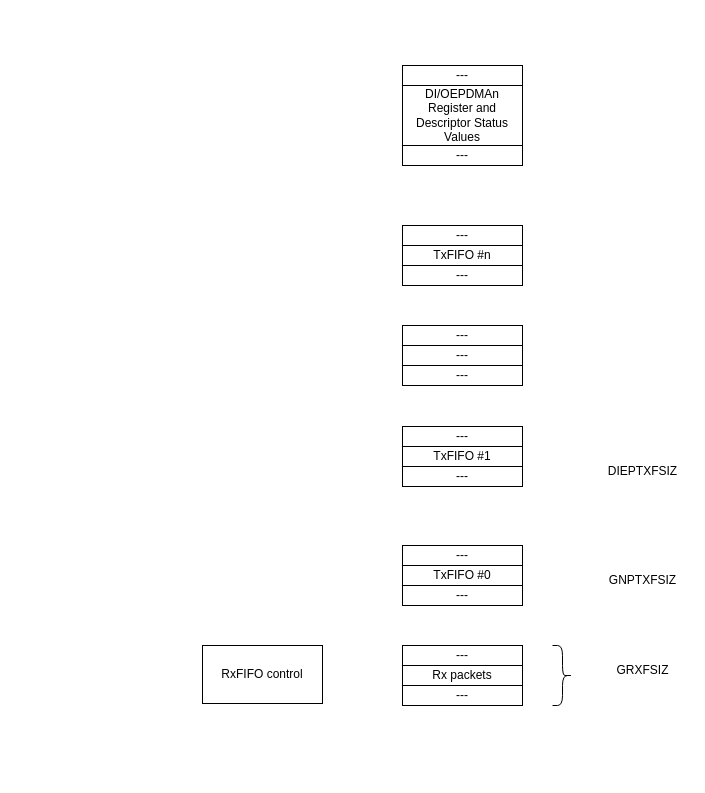
This is page "第 12 页" (12 of 12) of USB 控制器与 phy.drawio from Vinson-001/Blog-flow-chart, a draw.io file, before an edit. Source tidied: cells renumbered, new cells numbered last; positions are measured from the earlier drawing's top-left corner, leaving out a move shared by most shapes. Both pictures are drawn from the tidied source at 100%, with x=0, y=0 at pixel (202, 65).
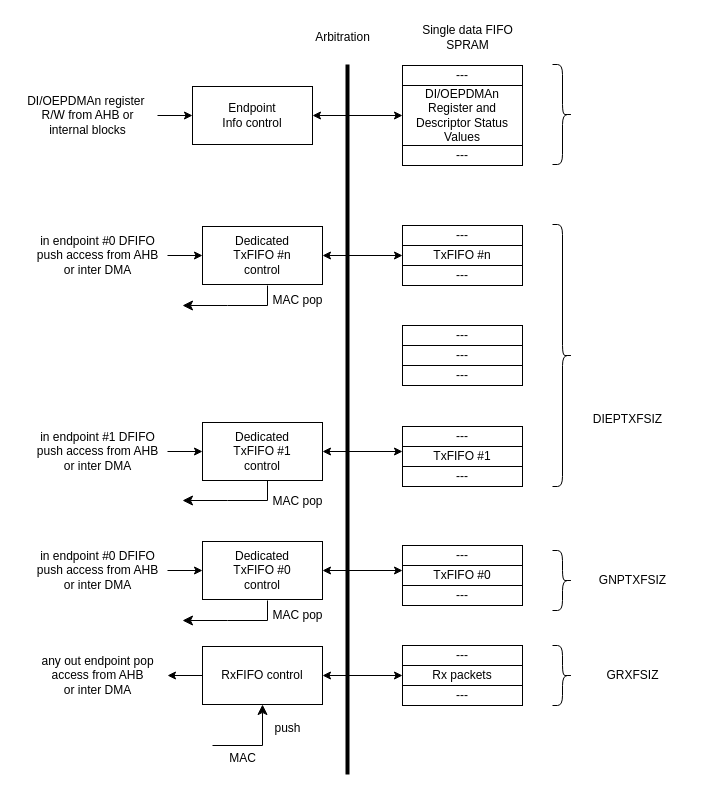
The same page after the edit.

Commit message (it also covers changes not shown here):
更新USB 控制器与 phy.drawio

The change refers to these unchanged cells:
```xml
<mxCell id="3" value="TxFIFO #n" style="rounded=0;whiteSpace=wrap;html=1;" parent="1" vertex="1">
  <mxGeometry x="200" y="180" width="120" height="20" as="geometry" />
</mxCell>
<mxCell id="9" value="DI/OEPDMAn Register and Descriptor Status Values" style="rounded=0;whiteSpace=wrap;html=1;" parent="1" vertex="1">
  <mxGeometry x="200" y="20" width="120" height="60" as="geometry" />
</mxCell>
<mxCell id="13" value="Rx packets" style="rounded=0;whiteSpace=wrap;html=1;" parent="12" vertex="1">
  <mxGeometry y="20" width="120" height="20" as="geometry" />
</mxCell>
<mxCell id="17" value="TxFIFO #0" style="rounded=0;whiteSpace=wrap;html=1;" parent="16" vertex="1">
  <mxGeometry y="20" width="120" height="20" as="geometry" />
</mxCell>
<mxCell id="21" value="TxFIFO #1" style="rounded=0;whiteSpace=wrap;html=1;" parent="20" vertex="1">
  <mxGeometry y="20" width="120" height="20" as="geometry" />
</mxCell>
```

The edit, as a diff of the source:
```diff
@@
+    <mxCell id="29" style="edgeStyle=orthogonalEdgeStyle;rounded=0;jettySize=auto;html=1;exitX=0;exitY=0.5;exitDx=0;exitDy=0;" parent="1" edge="1" source="2" target="35">
+      <mxGeometry relative="1" as="geometry" />
+    </mxCell>
     <mxCell id="2" value="RxFIFO control" style="rounded=0;whiteSpace=wrap;html=1;" parent="1" vertex="1">
-      <mxGeometry y="580" width="120" height="58" as="geometry" />
+      <mxGeometry y="581" width="120" height="58" as="geometry" />
     </mxCell>
+    <mxCell id="30" style="edgeStyle=orthogonalEdgeStyle;rounded=0;jettySize=auto;html=1;exitX=0;exitY=0.5;exitDx=0;exitDy=0;entryX=1;entryY=0.5;entryDx=0;entryDy=0;startArrow=classic;startFill=1;" parent="1" edge="1" source="3" target="49">
+      <mxGeometry relative="1" as="geometry" />
+    </mxCell>
@@
     <mxCell id="6" value="GRXFSIZ" style="text;html=1;align=center;verticalAlign=middle;strokeColor=none;fillColor=none;" parent="1" vertex="1">
-      <mxGeometry x="400" y="590" width="80" height="30" as="geometry" />
+      <mxGeometry x="390" y="595" width="80" height="30" as="geometry" />
     </mxCell>
     <mxCell id="7" value="GNPTXFSIZ" style="text;html=1;align=center;verticalAlign=middle;strokeColor=none;fillColor=none;" parent="1" vertex="1">
-      <mxGeometry x="395" y="500" width="90" height="30" as="geometry" />
+      <mxGeometry x="385" y="500" width="90" height="30" as="geometry" />
     </mxCell>
     <mxCell id="8" value="DIEPTXFSIZ" style="text;html=1;align=center;verticalAlign=middle;strokeColor=none;fillColor=none;" parent="1" vertex="1">
-      <mxGeometry x="395" y="391" width="90" height="30" as="geometry" />
+      <mxGeometry x="380" y="339" width="90" height="30" as="geometry" />
     </mxCell>
+    <mxCell id="31" style="edgeStyle=orthogonalEdgeStyle;rounded=0;jettySize=auto;html=1;exitX=0;exitY=0.5;exitDx=0;exitDy=0;entryX=1;entryY=0.5;entryDx=0;entryDy=0;startArrow=classic;startFill=1;" parent="1" edge="1" source="9" target="54">
+      <mxGeometry relative="1" as="geometry" />
+    </mxCell>
@@
+    <mxCell id="32" style="edgeStyle=orthogonalEdgeStyle;rounded=0;jettySize=auto;html=1;exitX=0;exitY=0.5;exitDx=0;exitDy=0;startArrow=classic;startFill=1;" parent="1" edge="1" source="13" target="2">
+      <mxGeometry relative="1" as="geometry" />
+    </mxCell>
+    <mxCell id="33" style="edgeStyle=segmentEdgeStyle;endArrow=classic;html=1;curved=0;rounded=0;endSize=8;startSize=8;" parent="1" edge="1">
+      <mxGeometry relative="1" as="geometry">
+        <mxPoint x="10" y="680" as="sourcePoint" />
+        <mxPoint x="60" y="639" as="targetPoint" />
+        <Array as="points">
+          <mxPoint x="10" y="680" />
+          <mxPoint x="60" y="680" />
+        </Array>
+      </mxGeometry>
+    </mxCell>
+    <mxCell id="34" value="push" style="text;html=1;align=center;verticalAlign=middle;strokeColor=none;fillColor=none;" parent="1" vertex="1">
+      <mxGeometry x="60" y="648" width="50" height="30" as="geometry" />
+    </mxCell>
+    <mxCell id="35" value="any out endpoint pop&lt;br&gt;access from AHB&lt;br&gt;or inter DMA" style="text;html=1;align=center;verticalAlign=middle;points=[];strokeColor=none;fillColor=none;" parent="1" vertex="1">
+      <mxGeometry x="-175" y="580" width="140" height="60" as="geometry" />
+    </mxCell>
+    <mxCell id="36" value="Dedicated&lt;br&gt;TxFIFO #0&lt;br&gt;control" style="rounded=0;whiteSpace=wrap;html=1;" parent="1" vertex="1">
+      <mxGeometry y="476" width="120" height="58" as="geometry" />
+    </mxCell>
+    <mxCell id="37" style="edgeStyle=orthogonalEdgeStyle;rounded=0;jettySize=auto;html=1;exitX=0;exitY=0.25;exitDx=0;exitDy=0;entryX=1;entryY=0.5;entryDx=0;entryDy=0;startArrow=classic;startFill=1;" parent="1" edge="1" source="17" target="36">
+      <mxGeometry relative="1" as="geometry" />
+    </mxCell>
+    <mxCell id="38" style="edgeStyle=orthogonalEdgeStyle;rounded=0;jettySize=auto;html=1;entryX=0;entryY=0.5;entryDx=0;entryDy=0;" parent="1" edge="1" source="39" target="36">
+      <mxGeometry relative="1" as="geometry" />
+    </mxCell>
+    <mxCell id="39" value="in endpoint #0 DFIFO &lt;br&gt;push access from AHB&lt;br&gt;or inter DMA" style="text;html=1;align=center;verticalAlign=middle;points=[];strokeColor=none;fillColor=none;" parent="1" vertex="1">
+      <mxGeometry x="-175" y="475" width="140" height="60" as="geometry" />
+    </mxCell>
+    <mxCell id="40" value="MAC" style="text;html=1;align=center;verticalAlign=middle;strokeColor=none;fillColor=none;" parent="1" vertex="1">
+      <mxGeometry x="15" y="678" width="50" height="30" as="geometry" />
+    </mxCell>
+    <mxCell id="41" style="edgeStyle=segmentEdgeStyle;endArrow=none;html=1;curved=0;rounded=0;endSize=8;startSize=8;startArrow=classic;startFill=1;endFill=0;" parent="1" edge="1">
+      <mxGeometry relative="1" as="geometry">
+        <mxPoint x="-20" y="555" as="sourcePoint" />
+        <mxPoint x="65" y="535" as="targetPoint" />
+        <Array as="points">
+          <mxPoint x="25" y="555" />
+          <mxPoint x="65" y="555" />
+        </Array>
+      </mxGeometry>
+    </mxCell>
+    <mxCell id="42" value="MAC pop" style="text;html=1;align=center;verticalAlign=middle;strokeColor=none;fillColor=none;" parent="1" vertex="1">
+      <mxGeometry x="60" y="535" width="70" height="30" as="geometry" />
+    </mxCell>
+    <mxCell id="43" value="Dedicated&lt;br&gt;TxFIFO #1&lt;br&gt;control" style="rounded=0;whiteSpace=wrap;html=1;" parent="1" vertex="1">
+      <mxGeometry y="357" width="120" height="58" as="geometry" />
+    </mxCell>
+    <mxCell id="44" style="edgeStyle=orthogonalEdgeStyle;rounded=0;jettySize=auto;html=1;entryX=0;entryY=0.5;entryDx=0;entryDy=0;" parent="1" edge="1" source="45" target="43">
+      <mxGeometry relative="1" as="geometry" />
+    </mxCell>
+    <mxCell id="45" value="in endpoint #1 DFIFO &lt;br&gt;push access from AHB&lt;br&gt;or inter DMA" style="text;html=1;align=center;verticalAlign=middle;points=[];strokeColor=none;fillColor=none;" parent="1" vertex="1">
+      <mxGeometry x="-175" y="356" width="140" height="60" as="geometry" />
+    </mxCell>
+    <mxCell id="46" style="edgeStyle=segmentEdgeStyle;endArrow=none;html=1;curved=0;rounded=0;endSize=8;startSize=8;startArrow=classic;startFill=1;endFill=0;" parent="1" edge="1">
+      <mxGeometry relative="1" as="geometry">
+        <mxPoint x="-20" y="435" as="sourcePoint" />
+        <mxPoint x="65" y="415" as="targetPoint" />
+        <Array as="points">
+          <mxPoint x="25" y="435" />
+          <mxPoint x="65" y="435" />
+        </Array>
+      </mxGeometry>
+    </mxCell>
+    <mxCell id="47" value="MAC pop" style="text;html=1;align=center;verticalAlign=middle;strokeColor=none;fillColor=none;" parent="1" vertex="1">
+      <mxGeometry x="60" y="421" width="70" height="30" as="geometry" />
+    </mxCell>
+    <mxCell id="48" style="edgeStyle=orthogonalEdgeStyle;rounded=0;jettySize=auto;html=1;exitX=0;exitY=0.25;exitDx=0;exitDy=0;entryX=1;entryY=0.5;entryDx=0;entryDy=0;startArrow=classic;startFill=1;" parent="1" edge="1" source="21" target="43">
+      <mxGeometry relative="1" as="geometry" />
+    </mxCell>
+    <mxCell id="49" value="Dedicated&lt;br&gt;TxFIFO #n&lt;br&gt;control" style="rounded=0;whiteSpace=wrap;html=1;" parent="1" vertex="1">
+      <mxGeometry y="161" width="120" height="58" as="geometry" />
+    </mxCell>
+    <mxCell id="50" style="edgeStyle=orthogonalEdgeStyle;rounded=0;jettySize=auto;html=1;entryX=0;entryY=0.5;entryDx=0;entryDy=0;" parent="1" edge="1" source="51" target="49">
+      <mxGeometry relative="1" as="geometry" />
+    </mxCell>
+    <mxCell id="51" value="in endpoint #0 DFIFO &lt;br&gt;push access from AHB&lt;br&gt;or inter DMA" style="text;html=1;align=center;verticalAlign=middle;points=[];strokeColor=none;fillColor=none;" parent="1" vertex="1">
+      <mxGeometry x="-175" y="160" width="140" height="60" as="geometry" />
+    </mxCell>
+    <mxCell id="52" style="edgeStyle=segmentEdgeStyle;endArrow=none;html=1;curved=0;rounded=0;endSize=8;startSize=8;startArrow=classic;startFill=1;endFill=0;" parent="1" edge="1">
+      <mxGeometry relative="1" as="geometry">
+        <mxPoint x="-20" y="240" as="sourcePoint" />
+        <mxPoint x="65" y="220" as="targetPoint" />
+        <Array as="points">
+          <mxPoint x="25" y="240" />
+          <mxPoint x="65" y="240" />
+        </Array>
+      </mxGeometry>
+    </mxCell>
+    <mxCell id="53" value="MAC pop" style="text;html=1;align=center;verticalAlign=middle;strokeColor=none;fillColor=none;" parent="1" vertex="1">
+      <mxGeometry x="60" y="220" width="70" height="30" as="geometry" />
+    </mxCell>
+    <mxCell id="54" value="Endpoint&lt;br&gt;Info control" style="rounded=0;whiteSpace=wrap;html=1;" parent="1" vertex="1">
+      <mxGeometry x="-10" y="21" width="120" height="58" as="geometry" />
+    </mxCell>
+    <mxCell id="55" style="edgeStyle=orthogonalEdgeStyle;rounded=0;jettySize=auto;html=1;entryX=0;entryY=0.5;entryDx=0;entryDy=0;" parent="1" edge="1" source="56" target="54">
+      <mxGeometry relative="1" as="geometry" />
+    </mxCell>
+    <mxCell id="56" value="DI/OEPDMAn register&amp;nbsp;&lt;br&gt;R/W from AHB or&lt;br&gt;internal blocks" style="text;html=1;align=center;verticalAlign=middle;points=[];strokeColor=none;fillColor=none;" parent="1" vertex="1">
+      <mxGeometry x="-185" y="20" width="140" height="60" as="geometry" />
+    </mxCell>
+    <mxCell id="57" style="shape=curlyBracket;whiteSpace=wrap;html=1;rounded=1;labelPosition=left;verticalLabelPosition=middle;align=right;verticalAlign=middle;direction=west;" parent="1" vertex="1">
+      <mxGeometry x="350" y="485" width="20" height="60" as="geometry" />
+    </mxCell>
+    <mxCell id="58" style="shape=curlyBracket;whiteSpace=wrap;html=1;rounded=1;labelPosition=left;verticalLabelPosition=middle;align=right;verticalAlign=middle;direction=west;" parent="1" vertex="1">
+      <mxGeometry x="350" y="159" width="20" height="262" as="geometry" />
+    </mxCell>
+    <mxCell id="59" style="shape=curlyBracket;whiteSpace=wrap;html=1;rounded=1;labelPosition=left;verticalLabelPosition=middle;align=right;verticalAlign=middle;direction=west;" parent="1" vertex="1">
+      <mxGeometry x="350" y="-1" width="20" height="100" as="geometry" />
+    </mxCell>
+    <mxCell id="60" style="line;strokeWidth=4;direction=south;html=1;perimeter=backbonePerimeter;" parent="1" vertex="1">
+      <mxGeometry x="140" y="-1" width="10" height="710" as="geometry" />
+    </mxCell>
+    <mxCell id="61" value="Arbitration" style="text;html=1;align=center;verticalAlign=middle;strokeColor=none;fillColor=none;" parent="1" vertex="1">
+      <mxGeometry x="100" y="-43" width="80" height="30" as="geometry" />
+    </mxCell>
+    <mxCell id="62" value="Single data FIFO&lt;br&gt;SPRAM" style="text;html=1;align=center;verticalAlign=middle;strokeColor=none;fillColor=none;" parent="1" vertex="1">
+      <mxGeometry x="210" y="-48" width="110" height="40" as="geometry" />
+    </mxCell>
```
